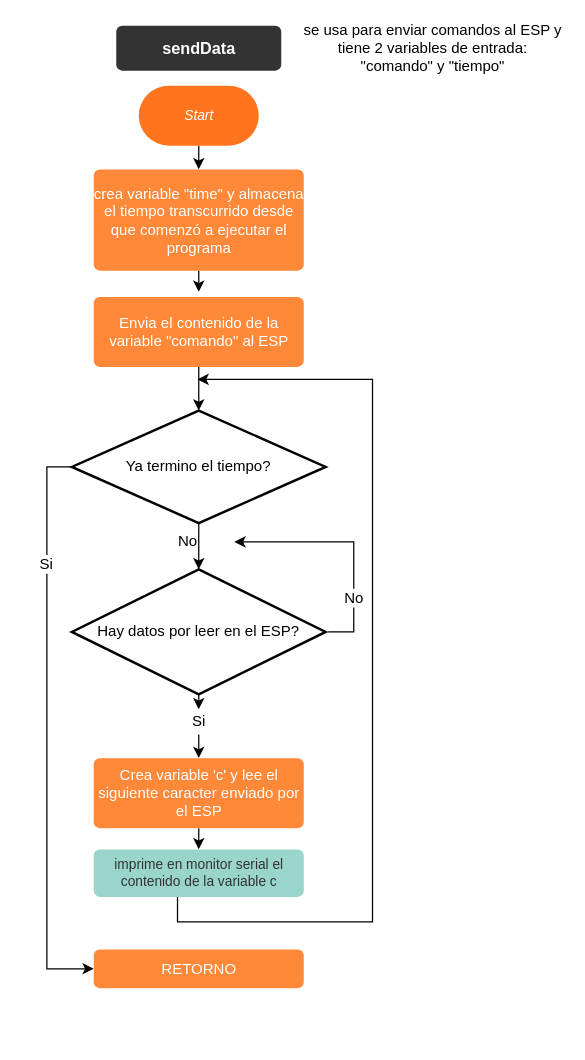
pardofernando/arduino-at-led keeps this draw.io diagram as page "Page-2" (2 of 3) of Arduino AT Led - diagrama de flujo.drawio. Above is the earlier version. Source tidied: cells renumbered, new cells numbered last; positions are measured from the earlier drawing's top-left corner, leaving out a move shared by most shapes. Both pictures are drawn from the tidied source at 125%, with x=0, y=0 at pixel (21, 25).
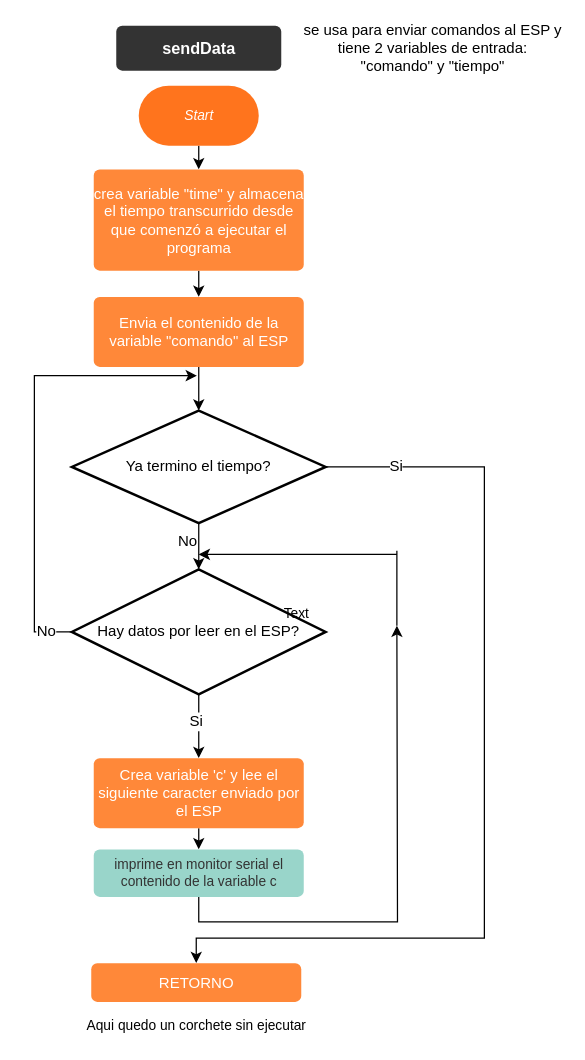
Above is the later version.

Unchanged cells that the change refers to:
```xml
<mxCell id="7" value="&lt;div style=&quot;color: #ffffff ; text-align: center&quot;&gt;crea variable &quot;time&quot; y almacena el tiempo transcurrido desde que comenzó a ejecutar el programa&lt;/div&gt;" style="html=1;whiteSpace=wrap;overflow=width;html=1;spacing=3;strokeColor=none;strokeOpacity=100;fillOpacity=100;rounded=1;absoluteArcSize=1;arcSize=9.6;fillColor=#ff8839;strokeWidth=0;" parent="1" vertex="1">
  <mxGeometry x="57.5" y="115" width="168" height="81" as="geometry" />
</mxCell>
<mxCell id="9" value="&lt;div style=&quot;color: #ffffff ; text-align: center&quot;&gt;Envia el contenido de la variable &quot;comando&quot; al ESP&lt;/div&gt;" style="html=1;whiteSpace=wrap;overflow=width;html=1;spacing=3;strokeColor=none;strokeOpacity=100;fillOpacity=100;rounded=1;absoluteArcSize=1;arcSize=9.6;fillColor=#ff8839;strokeWidth=0;" parent="1" vertex="1">
  <mxGeometry x="57.5" y="217" width="168" height="56" as="geometry" />
</mxCell>
<mxCell id="12" value="Ya termino&amp;nbsp;el tiempo?" style="strokeWidth=2;html=1;shape=mxgraph.flowchart.decision;fontColor=#000000;fillColor=#FFFFFF;whiteSpace=wrap;" parent="1" vertex="1">
  <mxGeometry x="40" y="308" width="203" height="90" as="geometry" />
</mxCell>
<mxCell id="14" value="&lt;div style=&quot;color: #ffffff ; text-align: center&quot;&gt;Crea variable 'c' y lee el siguiente caracter enviado por el ESP&lt;/div&gt;" style="html=1;whiteSpace=wrap;overflow=width;html=1;spacing=3;strokeColor=none;strokeOpacity=100;fillOpacity=100;rounded=1;absoluteArcSize=1;arcSize=9.6;fillColor=#ff8839;strokeWidth=0;" parent="1" vertex="1">
  <mxGeometry x="57.5" y="586" width="168" height="56" as="geometry" />
</mxCell>
<mxCell id="17" value="Hay datos por leer en el ESP?" style="strokeWidth=2;html=1;shape=mxgraph.flowchart.decision;whiteSpace=wrap;fillColor=#FFFFFF;fontColor=#000000;" parent="1" vertex="1">
  <mxGeometry x="40" y="435" width="203" height="100" as="geometry" />
</mxCell>
<mxCell id="19" value="imprime en monitor serial el contenido de la variable c" style="html=1;whiteSpace=wrap;fontSize=11;fontColor=#333333;align=center;spacing=3;strokeColor=none;strokeOpacity=100;fillOpacity=100;rounded=1;absoluteArcSize=1;arcSize=9.6;fillColor=#99d5ca;strokeWidth=0;" parent="1" vertex="1">
  <mxGeometry x="57.5" y="659" width="168" height="38" as="geometry" />
</mxCell>
<mxCell id="23" value="No" style="text;html=1;strokeColor=none;fillColor=none;align=center;verticalAlign=middle;whiteSpace=wrap;rounded=0;fontColor=#000000;labelBackgroundColor=#ffffff;" parent="1" vertex="1">
  <mxGeometry x="114.5" y="403" width="36" height="20" as="geometry" />
</mxCell>
```

The edit, as a diff of the source:
```diff
@@
-    <mxCell id="6" style="edgeStyle=orthogonalEdgeStyle;rounded=0;jettySize=auto;html=1;exitX=0.5;exitY=1;exitDx=0;exitDy=0;fontColor=#000000;" parent="1" edge="1" source="7">
-      <mxGeometry relative="1" as="geometry">
-        <mxPoint x="141.5" y="213" as="targetPoint" />
-      </mxGeometry>
-    </mxCell>
+    <mxCell id="26" style="edgeStyle=orthogonalEdgeStyle;rounded=0;jettySize=auto;html=1;exitX=0.5;exitY=1;exitDx=0;exitDy=0;entryX=0.5;entryY=0;entryDx=0;entryDy=0;fontSize=11;" parent="1" edge="1" source="7" target="9">
+      <mxGeometry relative="1" as="geometry" />
+    </mxCell>
@@
+    <mxCell id="11" style="edgeStyle=orthogonalEdgeStyle;rounded=0;jettySize=auto;html=1;exitX=0.5;exitY=1;exitDx=0;exitDy=0;exitPerimeter=0;entryX=0.5;entryY=0;entryDx=0;entryDy=0;entryPerimeter=0;fontSize=11;" parent="1" edge="1" source="12" target="17">
+      <mxGeometry relative="1" as="geometry" />
+    </mxCell>
-    <mxCell id="10" style="edgeStyle=orthogonalEdgeStyle;rounded=0;jettySize=auto;html=1;exitX=0;exitY=0.5;exitDx=0;exitDy=0;exitPerimeter=0;fontColor=#000000;entryX=0;entryY=0.5;entryDx=0;entryDy=0;" parent="1" edge="1" source="12" target="24">
-      <mxGeometry relative="1" as="geometry" />
+    <mxCell id="10" style="edgeStyle=orthogonalEdgeStyle;rounded=0;jettySize=auto;html=1;exitX=1;exitY=0.5;exitDx=0;exitDy=0;exitPerimeter=0;entryX=0.5;entryY=0;entryDx=0;entryDy=0;fontSize=11;" parent="1" edge="1" source="12" target="24">
+      <mxGeometry relative="1" as="geometry">
+        <Array as="points">
+          <mxPoint x="370" y="353" />
+          <mxPoint x="370" y="730" />
+          <mxPoint x="139" y="730" />
+        </Array>
+      </mxGeometry>
     </mxCell>
-    <mxCell id="11" style="edgeStyle=orthogonalEdgeStyle;rounded=0;jettySize=auto;html=1;exitX=0.5;exitY=1;exitDx=0;exitDy=0;exitPerimeter=0;entryX=0.5;entryY=0;entryDx=0;entryDy=0;entryPerimeter=0;fontSize=11;" parent="1" edge="1" source="12" target="17">
-      <mxGeometry relative="1" as="geometry" />
-    </mxCell>
@@
-    <mxCell id="15" style="edgeStyle=orthogonalEdgeStyle;rounded=0;jettySize=auto;html=1;exitX=0.5;exitY=1;exitDx=0;exitDy=0;exitPerimeter=0;entryX=0.5;entryY=0;entryDx=0;entryDy=0;fontColor=#000000;" parent="1" edge="1" source="21" target="14">
-      <mxGeometry relative="1" as="geometry" />
-    </mxCell>
-    <mxCell id="16" style="edgeStyle=orthogonalEdgeStyle;rounded=0;orthogonalLoop=1;jettySize=auto;html=1;exitX=1;exitY=0.5;exitDx=0;exitDy=0;exitPerimeter=0;fontColor=#000000;" parent="1" edge="1">
-      <mxGeometry relative="1" as="geometry">
-        <mxPoint x="245" y="485" as="sourcePoint" />
-        <mxPoint x="170" y="413" as="targetPoint" />
-        <Array as="points">
-          <mxPoint x="265.5" y="485" />
-          <mxPoint x="265.5" y="413" />
-        </Array>
-      </mxGeometry>
-    </mxCell>
+    <mxCell id="27" style="edgeStyle=orthogonalEdgeStyle;rounded=0;jettySize=auto;html=1;exitX=0.5;exitY=1;exitDx=0;exitDy=0;exitPerimeter=0;entryX=0.5;entryY=0;entryDx=0;entryDy=0;fontSize=11;" parent="1" edge="1" source="17" target="14">
+      <mxGeometry relative="1" as="geometry" />
+    </mxCell>
+    <mxCell id="28" style="edgeStyle=orthogonalEdgeStyle;rounded=0;jettySize=auto;html=1;exitX=0;exitY=0.5;exitDx=0;exitDy=0;exitPerimeter=0;fontSize=11;" parent="1" edge="1" source="17">
+      <mxGeometry relative="1" as="geometry">
+        <mxPoint x="140" y="280" as="targetPoint" />
+        <Array as="points">
+          <mxPoint x="10" y="485" />
+          <mxPoint x="10" y="280" />
+        </Array>
+      </mxGeometry>
+    </mxCell>
@@
-    <mxCell id="18" style="edgeStyle=orthogonalEdgeStyle;rounded=0;orthogonalLoop=1;jettySize=auto;html=1;exitX=0.5;exitY=1;exitDx=0;exitDy=0;fontColor=#000000;" parent="1" edge="1">
-      <mxGeometry relative="1" as="geometry">
-        <mxPoint x="124.5" y="697" as="sourcePoint" />
-        <mxPoint x="140.5" y="283" as="targetPoint" />
-        <Array as="points">
-          <mxPoint x="124.5" y="717" />
-          <mxPoint x="280.5" y="717" />
-          <mxPoint x="280.5" y="283" />
-        </Array>
-      </mxGeometry>
-    </mxCell>
+    <mxCell id="29" style="edgeStyle=orthogonalEdgeStyle;rounded=0;jettySize=auto;html=1;exitX=0.5;exitY=1;exitDx=0;exitDy=0;fontSize=11;" parent="1" edge="1" source="19">
+      <mxGeometry relative="1" as="geometry">
+        <mxPoint x="300" y="480" as="targetPoint" />
+      </mxGeometry>
+    </mxCell>
@@
     <mxCell id="20" value="No" style="text;html=1;strokeColor=none;fillColor=none;align=center;verticalAlign=middle;whiteSpace=wrap;rounded=0;fontColor=#000000;labelBackgroundColor=#ffffff;" parent="1" vertex="1">
-      <mxGeometry x="245.5" y="448" width="40" height="20" as="geometry" />
+      <mxGeometry y="475" width="40" height="20" as="geometry" />
     </mxCell>
     <mxCell id="21" value="Si" style="text;html=1;strokeColor=none;fillColor=none;align=center;verticalAlign=middle;whiteSpace=wrap;rounded=0;fontColor=#000000;labelBackgroundColor=#ffffff;" parent="1" vertex="1">
-      <mxGeometry x="121.5" y="547" width="40" height="20" as="geometry" />
+      <mxGeometry x="119.5" y="547" width="40" height="20" as="geometry" />
     </mxCell>
-    <mxCell id="22" style="edgeStyle=orthogonalEdgeStyle;rounded=0;jettySize=auto;html=1;exitX=0.5;exitY=1;exitDx=0;exitDy=0;exitPerimeter=0;entryX=0.5;entryY=0;entryDx=0;entryDy=0;fontColor=#000000;" parent="1" edge="1" source="17" target="21">
-      <mxGeometry relative="1" as="geometry" />
-    </mxCell>
@@
     <mxCell id="24" value="&lt;div style=&quot;color: #ffffff ; text-align: center&quot;&gt;RETORNO&lt;/div&gt;" style="html=1;whiteSpace=wrap;overflow=width;html=1;spacing=3;strokeColor=none;strokeOpacity=100;fillOpacity=100;rounded=1;absoluteArcSize=1;arcSize=9.6;fillColor=#ff8839;strokeWidth=0;" parent="1" vertex="1">
-      <mxGeometry x="57.5" y="739" width="168" height="31" as="geometry" />
+      <mxGeometry x="55.5" y="750" width="168" height="31" as="geometry" />
     </mxCell>
     <mxCell id="25" value="Si" style="text;html=1;strokeColor=none;fillColor=none;align=center;verticalAlign=middle;whiteSpace=wrap;rounded=0;fontColor=#000000;labelBackgroundColor=#ffffff;" parent="1" vertex="1">
-      <mxGeometry y="420.5" width="40" height="20" as="geometry" />
+      <mxGeometry x="280" y="343" width="40" height="20" as="geometry" />
     </mxCell>
+    <mxCell id="30" style="endArrow=none;html=1;fontSize=11;" parent="1" edge="1">
+      <mxGeometry relative="1" as="geometry">
+        <mxPoint x="300" y="420" as="sourcePoint" />
+        <mxPoint x="300" y="480" as="targetPoint" />
+      </mxGeometry>
+    </mxCell>
+    <mxCell id="31" style="endArrow=classic;html=1;fontSize=11;entryX=0.75;entryY=1;entryDx=0;entryDy=0;" parent="1" edge="1" target="23">
+      <mxGeometry relative="1" as="geometry">
+        <mxPoint x="300" y="423" as="sourcePoint" />
+        <Array as="points">
+          <mxPoint x="200" y="423" />
+          <mxPoint x="150" y="423" />
+        </Array>
+      </mxGeometry>
+    </mxCell>
+    <mxCell id="32" value="Text" style="text;html=1;strokeColor=none;fillColor=none;align=center;verticalAlign=middle;whiteSpace=wrap;rounded=0;fontSize=11;" parent="1" vertex="1">
+      <mxGeometry x="200" y="460" width="40" height="20" as="geometry" />
+    </mxCell>
+    <mxCell id="33" value="Aqui quedo un corchete sin ejecutar" style="text;html=1;strokeColor=none;fillColor=none;align=center;verticalAlign=middle;whiteSpace=wrap;rounded=0;fontSize=11;" parent="1" vertex="1">
+      <mxGeometry x="49.5" y="790" width="180" height="20" as="geometry" />
+    </mxCell>
```
